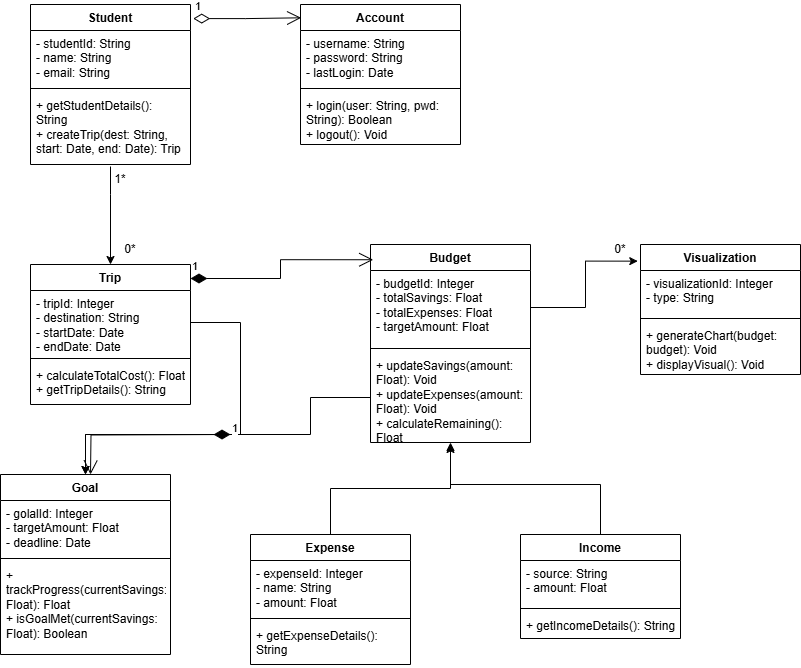
Earlier version of the draw.io export Reports/Deliverable3_images/deliverable3UMLCLass.png (sesartrumpet/cs386-pennypilot). Source tidied: cells renumbered, new cells last; positions are measured from the earlier drawing's top-left corner, leaving out a move shared by most shapes.
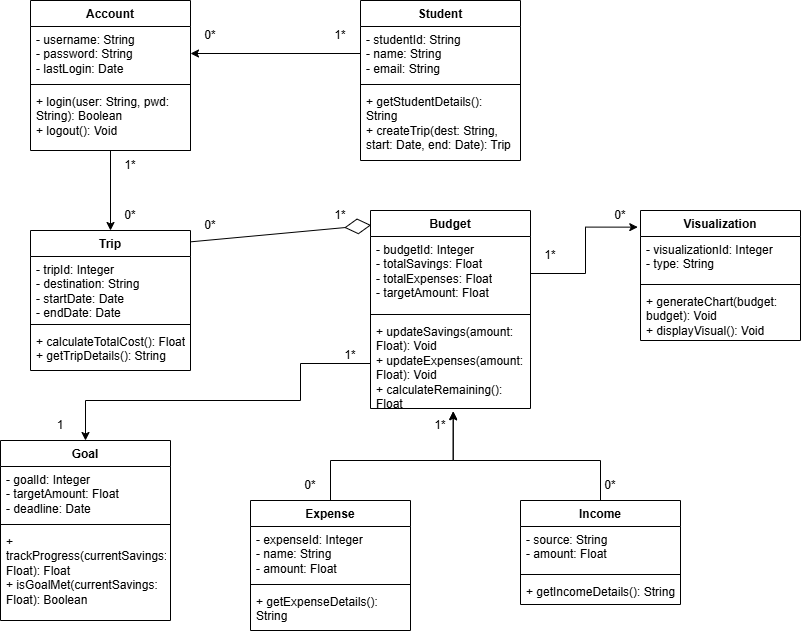
After the commit.

Commit message:
Updated UML Class Diagram for deliverable 3

What changed in the source:
```diff
@@ -2,16 +2,8 @@
   <root>
     <mxCell id="0" />
     <mxCell id="1" parent="0" />
-    <mxCell id="2" style="edgeStyle=orthogonalEdgeStyle;rounded=0;jettySize=auto;html=1;exitX=0.5;exitY=1.028;exitDx=0;exitDy=0;entryX=0.5;entryY=0;entryDx=0;entryDy=0;exitPerimeter=0;" parent="1" edge="1" source="6" target="11">
-      <mxGeometry relative="1" as="geometry">
-        <Array as="points">
-          <mxPoint x="110" y="190" />
-          <mxPoint x="110" y="190" />
-        </Array>
-      </mxGeometry>
-    </mxCell>
     <mxCell id="3" value="Student" style="swimlane;fontStyle=1;align=center;verticalAlign=top;horizontal=1;startSize=26;whiteSpace=wrap;html=1;" parent="1" vertex="1">
-      <mxGeometry x="30" width="160" height="160" as="geometry" />
+      <mxGeometry x="360" y="30" width="160" height="160" as="geometry" />
     </mxCell>
     <mxCell id="4" value="- studentId: String&lt;div&gt;- name: String&lt;/div&gt;&lt;div&gt;- email: String&lt;/div&gt;" style="text;strokeColor=none;fillColor=none;align=left;verticalAlign=top;spacingLeft=4;spacingRight=4;overflow=hidden;points=[[0,0.5],[1,0.5]];portConstraint=eastwest;whiteSpace=wrap;html=1;" parent="3" vertex="1">
       <mxGeometry y="26" width="160" height="54" as="geometry" />
@@ -23,7 +15,7 @@
       <mxGeometry y="88" width="160" height="72" as="geometry" />
     </mxCell>
     <mxCell id="7" value="Account" style="swimlane;fontStyle=1;align=center;verticalAlign=top;horizontal=1;startSize=26;whiteSpace=wrap;html=1;" parent="1" vertex="1">
-      <mxGeometry x="300" width="160" height="140" as="geometry" />
+      <mxGeometry x="30" y="30" width="160" height="150" as="geometry" />
     </mxCell>
     <mxCell id="8" value="- username: String&lt;div&gt;- password: String&lt;/div&gt;&lt;div&gt;- lastLogin: Date&lt;/div&gt;" style="text;strokeColor=none;fillColor=none;align=left;verticalAlign=top;spacingLeft=4;spacingRight=4;overflow=hidden;points=[[0,0.5],[1,0.5]];portConstraint=eastwest;whiteSpace=wrap;html=1;" parent="7" vertex="1">
       <mxGeometry y="26" width="160" height="54" as="geometry" />
@@ -32,7 +24,7 @@
       <mxGeometry y="80" width="160" height="8" as="geometry" />
     </mxCell>
     <mxCell id="10" value="+ login(user: String, pwd: String): Boolean&lt;div&gt;+ logout(): Void&lt;/div&gt;" style="text;strokeColor=none;fillColor=none;align=left;verticalAlign=top;spacingLeft=4;spacingRight=4;overflow=hidden;points=[[0,0.5],[1,0.5]];portConstraint=eastwest;whiteSpace=wrap;html=1;" parent="7" vertex="1">
-      <mxGeometry y="88" width="160" height="52" as="geometry" />
+      <mxGeometry y="88" width="160" height="62" as="geometry" />
     </mxCell>
     <mxCell id="11" value="Trip" style="swimlane;fontStyle=1;align=center;verticalAlign=top;horizontal=1;startSize=26;whiteSpace=wrap;html=1;" parent="1" vertex="1">
       <mxGeometry x="30" y="260" width="160" height="140" as="geometry" />
@@ -58,9 +50,6 @@
     <mxCell id="18" value="+ updateSavings(amount: Float): Void&lt;div&gt;+ updateExpenses(amount: Float): Void&lt;/div&gt;&lt;div&gt;+ calculateRemaining(): Float&lt;/div&gt;" style="text;strokeColor=none;fillColor=none;align=left;verticalAlign=top;spacingLeft=4;spacingRight=4;overflow=hidden;points=[[0,0.5],[1,0.5]];portConstraint=eastwest;whiteSpace=wrap;html=1;" parent="15" vertex="1">
       <mxGeometry y="108" width="160" height="90" as="geometry" />
     </mxCell>
-    <mxCell id="19" style="edgeStyle=orthogonalEdgeStyle;rounded=0;jettySize=auto;html=1;exitX=0.5;exitY=0;exitDx=0;exitDy=0;entryX=0.5;entryY=1;entryDx=0;entryDy=0;" parent="1" edge="1" source="20" target="15">
-      <mxGeometry relative="1" as="geometry" />
-    </mxCell>
     <mxCell id="20" value="Expense" style="swimlane;fontStyle=1;align=center;verticalAlign=top;horizontal=1;startSize=26;whiteSpace=wrap;html=1;" parent="1" vertex="1">
       <mxGeometry x="250" y="530" width="160" height="130" as="geometry" />
     </mxCell>
@@ -73,14 +62,6 @@
     <mxCell id="23" value="+ getExpenseDetails(): String" style="text;strokeColor=none;fillColor=none;align=left;verticalAlign=top;spacingLeft=4;spacingRight=4;overflow=hidden;whiteSpace=wrap;html=1;" parent="20" vertex="1">
       <mxGeometry y="88" width="160" height="42" as="geometry" />
     </mxCell>
-    <mxCell id="24" style="edgeStyle=orthogonalEdgeStyle;rounded=0;jettySize=auto;html=1;exitX=0.5;exitY=0;exitDx=0;exitDy=0;entryX=0.5;entryY=1.022;entryDx=0;entryDy=0;entryPerimeter=0;" parent="1" edge="1" source="25" target="18">
-      <mxGeometry relative="1" as="geometry">
-        <Array as="points">
-          <mxPoint x="600" y="480" />
-          <mxPoint x="450" y="480" />
-        </Array>
-      </mxGeometry>
-    </mxCell>
     <mxCell id="25" value="Income" style="swimlane;fontStyle=1;align=center;verticalAlign=top;horizontal=1;startSize=26;whiteSpace=wrap;html=1;" parent="1" vertex="1">
       <mxGeometry x="520" y="530" width="160" height="104" as="geometry" />
     </mxCell>
@@ -96,7 +77,7 @@
     <mxCell id="29" value="Goal" style="swimlane;fontStyle=1;align=center;verticalAlign=top;horizontal=1;startSize=26;whiteSpace=wrap;html=1;" parent="1" vertex="1">
       <mxGeometry y="470" width="170" height="180" as="geometry" />
     </mxCell>
-    <mxCell id="30" value="- golalId: Integer&lt;div&gt;- targetAmount: Float&lt;/div&gt;&lt;div&gt;- deadline: Date&lt;/div&gt;" style="text;strokeColor=none;fillColor=none;align=left;verticalAlign=top;spacingLeft=4;spacingRight=4;overflow=hidden;whiteSpace=wrap;html=1;" parent="29" vertex="1">
+    <mxCell id="30" value="- goalId: Integer&lt;div&gt;- targetAmount: Float&lt;/div&gt;&lt;div&gt;- deadline: Date&lt;/div&gt;" style="text;strokeColor=none;fillColor=none;align=left;verticalAlign=top;spacingLeft=4;spacingRight=4;overflow=hidden;whiteSpace=wrap;html=1;" parent="29" vertex="1">
       <mxGeometry y="26" width="170" height="54" as="geometry" />
     </mxCell>
     <mxCell id="31" style="line;strokeWidth=1;fillColor=none;align=left;verticalAlign=middle;spacingTop=-1;spacingLeft=3;spacingRight=3;labelPosition=right;strokeColor=inherit;" parent="29" vertex="1">
@@ -117,47 +98,86 @@
     <mxCell id="36" value="+ generateChart(budget: budget): Void&lt;div&gt;+ displayVisual(): Void&lt;/div&gt;" style="text;strokeColor=none;fillColor=none;align=left;verticalAlign=top;spacingLeft=4;spacingRight=4;overflow=hidden;whiteSpace=wrap;html=1;" parent="33" vertex="1">
       <mxGeometry y="78" width="160" height="52" as="geometry" />
     </mxCell>
-    <mxCell id="37" value="1" style="endArrow=open;html=1;endSize=12;startArrow=diamondThin;startSize=14;startFill=0;edgeStyle=orthogonalEdgeStyle;align=left;verticalAlign=bottom;rounded=0;exitX=1.017;exitY=0.088;exitDx=0;exitDy=0;exitPerimeter=0;entryX=0.004;entryY=0.095;entryDx=0;entryDy=0;entryPerimeter=0;" parent="1" edge="1" source="3" target="7">
-      <mxGeometry x="-1" y="3" relative="1" as="geometry" />
-    </mxCell>
     <mxCell id="38" value="1*" style="text;html=1;align=center;verticalAlign=middle;whiteSpace=wrap;rounded=0;" parent="1" vertex="1">
-      <mxGeometry x="90" y="160" width="60" height="30" as="geometry" />
+      <mxGeometry x="310" y="50" width="60" height="30" as="geometry" />
     </mxCell>
     <mxCell id="39" value="0*" style="text;html=1;align=center;verticalAlign=middle;whiteSpace=wrap;rounded=0;" parent="1" vertex="1">
       <mxGeometry x="100" y="230" width="60" height="30" as="geometry" />
     </mxCell>
-    <mxCell id="40" value="1" style="endArrow=open;html=1;endSize=12;startArrow=diamondThin;startSize=14;startFill=1;edgeStyle=orthogonalEdgeStyle;align=left;verticalAlign=bottom;rounded=0;exitX=1;exitY=0.1;exitDx=0;exitDy=0;exitPerimeter=0;entryX=0.017;entryY=0.077;entryDx=0;entryDy=0;entryPerimeter=0;" parent="1" edge="1" source="11" target="15">
-      <mxGeometry x="-1" y="3" relative="1" as="geometry" />
-    </mxCell>
     <mxCell id="41" style="edgeStyle=orthogonalEdgeStyle;rounded=0;jettySize=auto;html=1;exitX=1;exitY=0.5;exitDx=0;exitDy=0;entryX=-0.017;entryY=0.128;entryDx=0;entryDy=0;entryPerimeter=0;" parent="1" edge="1" source="16" target="33">
       <mxGeometry relative="1" as="geometry" />
     </mxCell>
     <mxCell id="42" value="0*" style="text;html=1;align=center;verticalAlign=middle;whiteSpace=wrap;rounded=0;" parent="1" vertex="1">
       <mxGeometry x="590" y="230" width="60" height="30" as="geometry" />
     </mxCell>
+    <mxCell id="40" style="endArrow=diamondThin;endFill=0;endSize=24;html=1;rounded=0;exitX=1;exitY=0.081;exitDx=0;exitDy=0;exitPerimeter=0;entryX=0.004;entryY=0.074;entryDx=0;entryDy=0;entryPerimeter=0;" parent="1" edge="1" source="11" target="15">
+      <mxGeometry relative="1" as="geometry" />
+    </mxCell>
+    <mxCell id="46" value="0*" style="text;html=1;align=center;verticalAlign=middle;whiteSpace=wrap;rounded=0;" parent="1" vertex="1">
+      <mxGeometry x="180" y="240" width="60" height="30" as="geometry" />
+    </mxCell>
+    <mxCell id="47" value="1*" style="text;html=1;align=center;verticalAlign=middle;whiteSpace=wrap;rounded=0;" parent="1" vertex="1">
+      <mxGeometry x="310" y="230" width="60" height="30" as="geometry" />
+    </mxCell>
+    <mxCell id="48" value="1*" style="text;html=1;align=center;verticalAlign=middle;whiteSpace=wrap;rounded=0;" parent="1" vertex="1">
+      <mxGeometry x="410" y="440" width="60" height="30" as="geometry" />
+    </mxCell>
+    <mxCell id="49" value="0*" style="text;html=1;align=center;verticalAlign=middle;whiteSpace=wrap;rounded=0;" parent="1" vertex="1">
+      <mxGeometry x="580" y="500" width="60" height="30" as="geometry" />
+    </mxCell>
+    <mxCell id="50" value="0*" style="text;html=1;align=center;verticalAlign=middle;whiteSpace=wrap;rounded=0;" parent="1" vertex="1">
+      <mxGeometry x="280" y="500" width="60" height="30" as="geometry" />
+    </mxCell>
-    <mxCell id="43" style="edgeStyle=orthogonalEdgeStyle;rounded=0;jettySize=auto;html=1;exitX=0;exitY=0.5;exitDx=0;exitDy=0;entryX=0.5;entryY=0;entryDx=0;entryDy=0;" parent="1" edge="1" source="18" target="29">
+    <mxCell id="43" style="edgeStyle=orthogonalEdgeStyle;rounded=0;jettySize=auto;html=1;exitX=0;exitY=0.5;exitDx=0;exitDy=0;" parent="1" edge="1" source="18" target="29">
       <mxGeometry relative="1" as="geometry">
         <Array as="points">
-          <mxPoint x="310" y="393" />
-          <mxPoint x="310" y="430" />
+          <mxPoint x="300" y="393" />
+          <mxPoint x="300" y="430" />
           <mxPoint x="85" y="430" />
         </Array>
       </mxGeometry>
     </mxCell>
-    <mxCell id="44" style="edgeStyle=orthogonalEdgeStyle;rounded=0;jettySize=auto;html=1;exitX=1;exitY=0.5;exitDx=0;exitDy=0;entryX=0.5;entryY=0;entryDx=0;entryDy=0;" parent="1" edge="1" source="12" target="29">
-      <mxGeometry relative="1" as="geometry">
-        <Array as="points">
-          <mxPoint x="240" y="318" />
-          <mxPoint x="240" y="430" />
-          <mxPoint x="85" y="430" />
-        </Array>
-      </mxGeometry>
-    </mxCell>
-    <mxCell id="45" value="1" style="endArrow=open;html=1;endSize=12;startArrow=diamondThin;startSize=14;startFill=1;edgeStyle=orthogonalEdgeStyle;align=left;verticalAlign=bottom;rounded=0;" parent="1" edge="1">
-      <mxGeometry x="-1" y="3" relative="1" as="geometry">
-        <mxPoint x="230" y="430" as="sourcePoint" />
-        <mxPoint x="90" y="470" as="targetPoint" />
-      </mxGeometry>
-    </mxCell>
+    <mxCell id="51" value="1" style="text;html=1;align=center;verticalAlign=middle;whiteSpace=wrap;rounded=0;" parent="1" vertex="1">
+      <mxGeometry x="30" y="440" width="60" height="30" as="geometry" />
+    </mxCell>
+    <mxCell id="52" value="1*" style="text;html=1;align=center;verticalAlign=middle;whiteSpace=wrap;rounded=0;" parent="1" vertex="1">
+      <mxGeometry x="320" y="370" width="60" height="30" as="geometry" />
+    </mxCell>
+    <mxCell id="53" style="edgeStyle=orthogonalEdgeStyle;rounded=0;jettySize=auto;html=1;exitX=0.5;exitY=0;exitDx=0;exitDy=0;entryX=0.517;entryY=1.03;entryDx=0;entryDy=0;entryPerimeter=0;" parent="1" edge="1" source="20" target="18">
+      <mxGeometry relative="1" as="geometry">
+        <Array as="points">
+          <mxPoint x="330" y="490" />
+          <mxPoint x="453" y="490" />
+        </Array>
+      </mxGeometry>
+    </mxCell>
+    <mxCell id="24" style="edgeStyle=orthogonalEdgeStyle;rounded=0;jettySize=auto;html=1;exitX=0.5;exitY=0;exitDx=0;exitDy=0;entryX=0.517;entryY=1.037;entryDx=0;entryDy=0;entryPerimeter=0;" parent="1" edge="1" source="25" target="18">
+      <mxGeometry relative="1" as="geometry">
+        <Array as="points">
+          <mxPoint x="600" y="490" />
+          <mxPoint x="453" y="490" />
+        </Array>
+      </mxGeometry>
+    </mxCell>
+    <mxCell id="54" value="0*" style="text;html=1;align=center;verticalAlign=middle;whiteSpace=wrap;rounded=0;" parent="1" vertex="1">
+      <mxGeometry x="180" y="50" width="60" height="30" as="geometry" />
+    </mxCell>
+    <mxCell id="55" style="edgeStyle=orthogonalEdgeStyle;rounded=0;jettySize=auto;html=1;exitX=0;exitY=0.5;exitDx=0;exitDy=0;entryX=1;entryY=0.5;entryDx=0;entryDy=0;" parent="1" edge="1" source="4" target="8">
+      <mxGeometry relative="1" as="geometry" />
+    </mxCell>
+    <mxCell id="56" value="1*" style="text;html=1;align=center;verticalAlign=middle;whiteSpace=wrap;rounded=0;" parent="1" vertex="1">
+      <mxGeometry x="520" y="270" width="60" height="30" as="geometry" />
+    </mxCell>
+    <mxCell id="57" style="edgeStyle=orthogonalEdgeStyle;rounded=0;jettySize=auto;html=1;exitX=1;exitY=0.5;exitDx=0;exitDy=0;entryX=0.5;entryY=0;entryDx=0;entryDy=0;" parent="1" edge="1" source="10" target="11">
+      <mxGeometry relative="1" as="geometry">
+        <Array as="points">
+          <mxPoint x="190" y="180" />
+          <mxPoint x="110" y="180" />
+        </Array>
+      </mxGeometry>
+    </mxCell>
+    <mxCell id="58" value="1*" style="text;html=1;align=center;verticalAlign=middle;whiteSpace=wrap;rounded=0;" parent="1" vertex="1">
+      <mxGeometry x="100" y="180" width="60" height="30" as="geometry" />
+    </mxCell>
   </root>
 </mxGraphModel>
```
